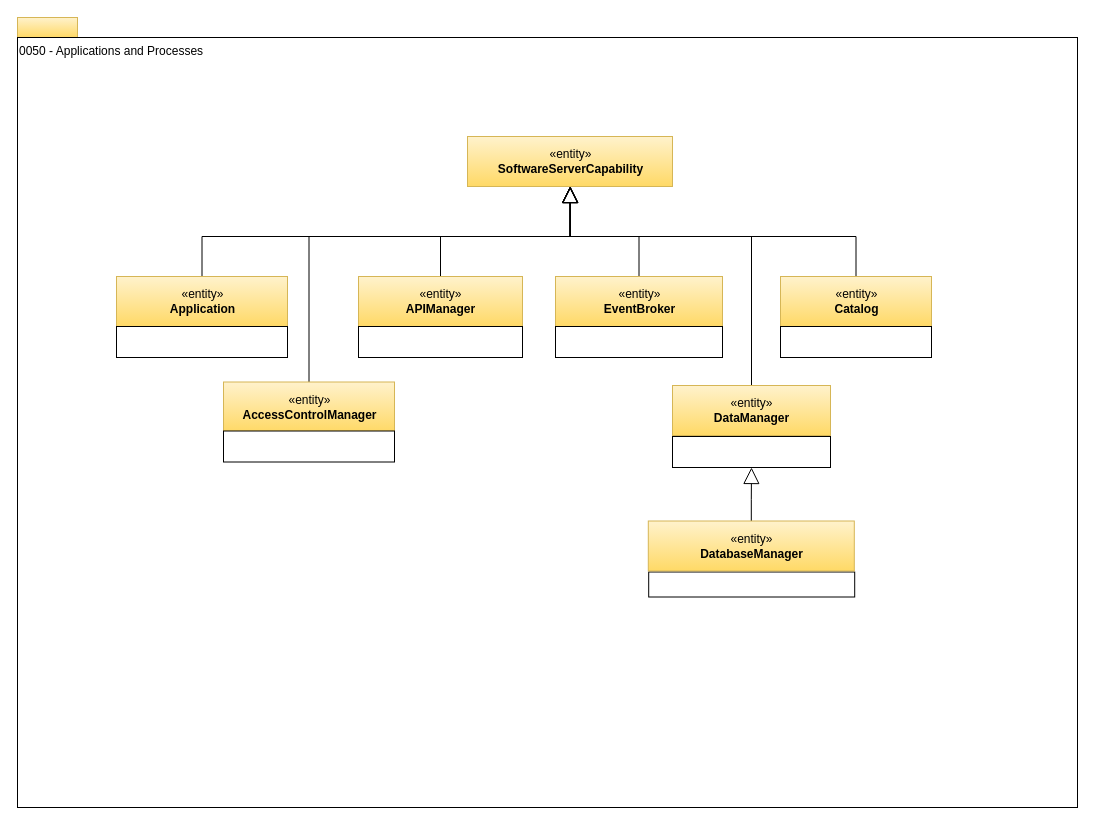
The draw.io diagram page "0050-Applications-and-Processes" (27 of 32) of site/docs/types/0/area-0-basic-types-and-infrastructure.drawio in odpi/egeria-docs, before the edit. Source tidied: cells renumbered, new cells numbered last; positions are measured from the earlier drawing's top-left corner, leaving out a move shared by most shapes. Both pictures are drawn from the tidied source at 100%, with x=0, y=0 at pixel (17, 17).
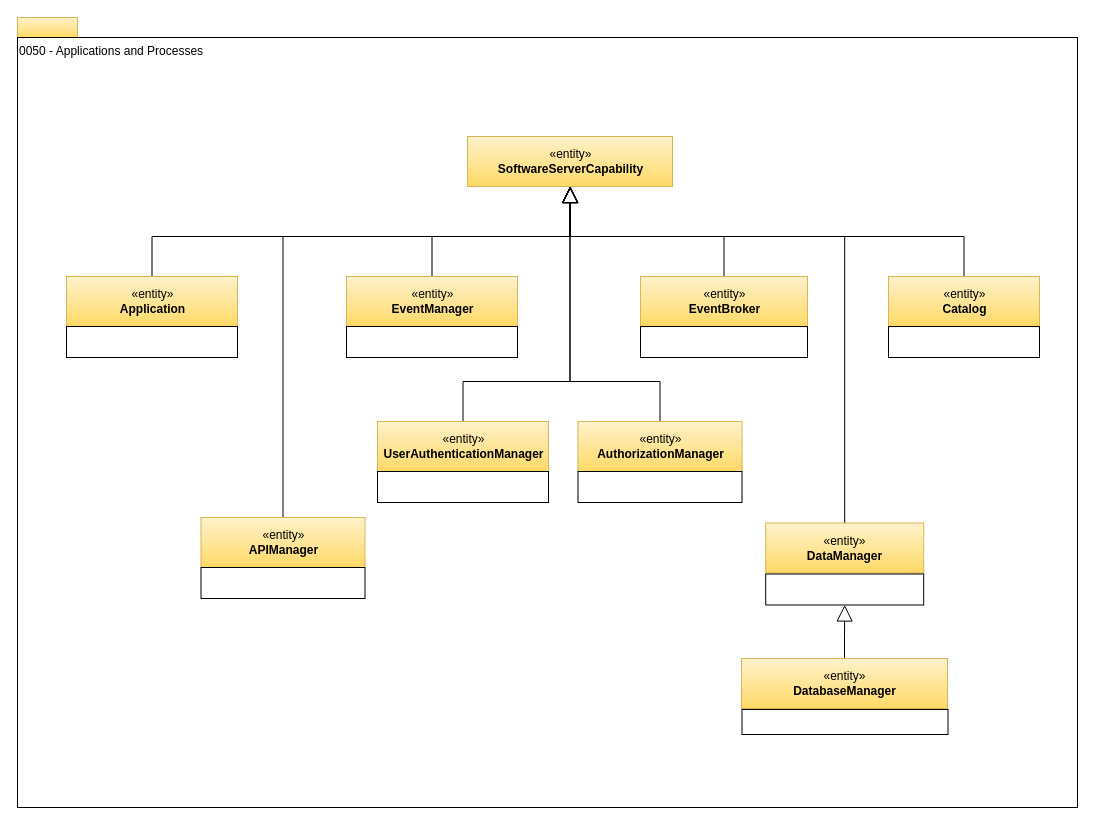
Above is the later version.

Unchanged cells that the change refers to:
```xml
<mxCell id="6" value="«entity»&lt;br&gt;&lt;b&gt;SoftwareServerCapability&lt;/b&gt;" style="html=1;strokeColor=#d6b656;align=center;fillColor=#fff2cc;gradientColor=#ffd966;" parent="1" vertex="1">
  <mxGeometry x="450" y="119" width="205" height="50" as="geometry" />
</mxCell>
```

Diff of the diagram source:
```diff
@@
     <mxCell id="5" value="«entity»&lt;br&gt;&lt;b&gt;Application&lt;/b&gt;" style="html=1;strokeColor=#d6b656;align=center;fillColor=#fff2cc;gradientColor=#ffd966;" parent="1" vertex="1">
-      <mxGeometry x="99" y="259" width="171" height="50" as="geometry" />
+      <mxGeometry x="49" y="259" width="171" height="50" as="geometry" />
     </mxCell>
@@
     <mxCell id="7" style="edgeStyle=orthogonalEdgeStyle;rounded=0;jettySize=auto;html=1;exitX=0.5;exitY=0;exitDx=0;exitDy=0;entryX=0.5;entryY=1;entryDx=0;entryDy=0;endArrow=block;endFill=0;endSize=14;" parent="1" edge="1" source="8" target="6">
-      <mxGeometry relative="1" as="geometry" />
+      <mxGeometry relative="1" as="geometry">
+        <Array as="points">
+          <mxPoint x="643" y="364" />
+          <mxPoint x="553" y="364" />
+        </Array>
+      </mxGeometry>
     </mxCell>
-    <mxCell id="8" value="«entity»&lt;br&gt;&lt;b&gt;APIManager&lt;/b&gt;" style="html=1;strokeColor=#d6b656;align=center;fillColor=#fff2cc;gradientColor=#ffd966;" parent="1" vertex="1">
-      <mxGeometry x="341" y="259" width="164" height="50" as="geometry" />
+    <mxCell id="8" value="«entity»&lt;br&gt;&lt;b&gt;AuthorizationManager&lt;/b&gt;" style="html=1;strokeColor=#d6b656;align=center;fillColor=#fff2cc;gradientColor=#ffd966;" parent="1" vertex="1">
+      <mxGeometry x="560.5" y="404" width="164" height="50" as="geometry" />
     </mxCell>
     <mxCell id="9" style="rounded=0;whiteSpace=wrap;html=1;strokeColor=#000000;gradientColor=#ffffff;align=center;" parent="1" vertex="1">
-      <mxGeometry x="341" y="309" width="164" height="31" as="geometry" />
+      <mxGeometry x="560.5" y="454" width="164" height="31" as="geometry" />
     </mxCell>
@@
     <mxCell id="11" value="«entity»&lt;br&gt;&lt;b&gt;EventBroker&lt;/b&gt;" style="html=1;strokeColor=#d6b656;align=center;fillColor=#fff2cc;gradientColor=#ffd966;" parent="1" vertex="1">
-      <mxGeometry x="538" y="259" width="167" height="50" as="geometry" />
+      <mxGeometry x="623" y="259" width="167" height="50" as="geometry" />
     </mxCell>
     <mxCell id="12" style="rounded=0;whiteSpace=wrap;html=1;strokeColor=#000000;gradientColor=#ffffff;align=center;" parent="1" vertex="1">
-      <mxGeometry x="538" y="309" width="167" height="31" as="geometry" />
+      <mxGeometry x="623" y="309" width="167" height="31" as="geometry" />
     </mxCell>
     <mxCell id="13" style="edgeStyle=orthogonalEdgeStyle;rounded=0;jettySize=auto;html=1;exitX=0.5;exitY=0;exitDx=0;exitDy=0;endArrow=block;endFill=0;endSize=14;" parent="1" edge="1" source="14" target="6">
       <mxGeometry relative="1" as="geometry">
         <Array as="points">
-          <mxPoint x="734" y="219" />
+          <mxPoint x="827" y="219" />
           <mxPoint x="553" y="219" />
         </Array>
       </mxGeometry>
     </mxCell>
     <mxCell id="14" value="«entity»&lt;br&gt;&lt;b&gt;DataManager&lt;/b&gt;" style="html=1;strokeColor=#d6b656;align=center;fillColor=#fff2cc;gradientColor=#ffd966;" parent="1" vertex="1">
-      <mxGeometry x="655" y="368" width="158" height="50" as="geometry" />
+      <mxGeometry x="748.2" y="505.5" width="158" height="50" as="geometry" />
     </mxCell>
     <mxCell id="15" style="rounded=0;whiteSpace=wrap;html=1;strokeColor=#000000;gradientColor=#ffffff;align=center;" parent="1" vertex="1">
-      <mxGeometry x="655" y="419" width="158" height="31" as="geometry" />
+      <mxGeometry x="748.2" y="556.5" width="158" height="31" as="geometry" />
     </mxCell>
@@
     <mxCell id="17" value="«entity»&lt;br&gt;&lt;b&gt;Catalog&lt;/b&gt;" style="html=1;strokeColor=#d6b656;align=center;fillColor=#fff2cc;gradientColor=#ffd966;" parent="1" vertex="1">
-      <mxGeometry x="763" y="259" width="151" height="50" as="geometry" />
+      <mxGeometry x="871" y="259" width="151" height="50" as="geometry" />
     </mxCell>
     <mxCell id="18" style="rounded=0;whiteSpace=wrap;html=1;strokeColor=#000000;gradientColor=#ffffff;align=center;" parent="1" vertex="1">
-      <mxGeometry x="763" y="309" width="151" height="31" as="geometry" />
+      <mxGeometry x="871" y="309" width="151" height="31" as="geometry" />
     </mxCell>
     <mxCell id="19" style="edgeStyle=orthogonalEdgeStyle;rounded=0;jettySize=auto;html=1;exitX=0.5;exitY=0;exitDx=0;exitDy=0;endArrow=block;endFill=0;endSize=14;" parent="1" edge="1" source="20" target="6">
       <mxGeometry relative="1" as="geometry">
         <Array as="points">
-          <mxPoint x="292" y="219" />
+          <mxPoint x="415" y="219" />
           <mxPoint x="553" y="219" />
         </Array>
       </mxGeometry>
     </mxCell>
-    <mxCell id="20" value="«entity»&lt;br&gt;&lt;b&gt;AccessControlManager&lt;/b&gt;" style="html=1;strokeColor=#d6b656;align=center;fillColor=#fff2cc;gradientColor=#ffd966;" parent="1" vertex="1">
-      <mxGeometry x="206" y="364.5" width="171" height="50" as="geometry" />
+    <mxCell id="20" value="«entity»&lt;br&gt;&lt;b&gt;EventManager&lt;/b&gt;" style="html=1;strokeColor=#d6b656;align=center;fillColor=#fff2cc;gradientColor=#ffd966;" parent="1" vertex="1">
+      <mxGeometry x="329" y="259" width="171" height="50" as="geometry" />
     </mxCell>
     <mxCell id="21" style="rounded=0;whiteSpace=wrap;html=1;strokeColor=#000000;gradientColor=#ffffff;align=left;" parent="1" vertex="1">
-      <mxGeometry x="631.2" y="554.5" width="206" height="25" as="geometry" />
+      <mxGeometry x="724.5" y="692" width="206" height="25" as="geometry" />
     </mxCell>
@@
     <mxCell id="23" value="«entity»&lt;br&gt;&lt;b&gt;DatabaseManager&lt;/b&gt;" style="html=1;strokeColor=#d6b656;align=center;fillColor=#fff2cc;gradientColor=#ffd966;" parent="1" vertex="1">
-      <mxGeometry x="630.8" y="503.5" width="206" height="50" as="geometry" />
+      <mxGeometry x="724" y="641" width="206" height="50" as="geometry" />
     </mxCell>
     <mxCell id="24" style="rounded=0;whiteSpace=wrap;html=1;strokeColor=#000000;gradientColor=#ffffff;align=center;" parent="1" vertex="1">
-      <mxGeometry x="99" y="309" width="171" height="31" as="geometry" />
+      <mxGeometry x="49" y="309" width="171" height="31" as="geometry" />
     </mxCell>
     <mxCell id="25" style="rounded=0;whiteSpace=wrap;html=1;strokeColor=#000000;gradientColor=#ffffff;align=center;" parent="1" vertex="1">
-      <mxGeometry x="206" y="413.5" width="171" height="31" as="geometry" />
+      <mxGeometry x="329" y="309" width="171" height="31" as="geometry" />
     </mxCell>
+    <mxCell id="26" style="edgeStyle=orthogonalEdgeStyle;rounded=0;jettySize=auto;html=1;exitX=0.5;exitY=0;exitDx=0;exitDy=0;entryX=0.5;entryY=1;entryDx=0;entryDy=0;endArrow=block;endFill=0;endSize=14;" parent="1" edge="1" source="27" target="6">
+      <mxGeometry relative="1" as="geometry">
+        <Array as="points">
+          <mxPoint x="266" y="219" />
+          <mxPoint x="553" y="219" />
+        </Array>
+      </mxGeometry>
+    </mxCell>
+    <mxCell id="27" value="«entity»&lt;br&gt;&lt;b&gt;APIManager&lt;/b&gt;" style="html=1;strokeColor=#d6b656;align=center;fillColor=#fff2cc;gradientColor=#ffd966;" parent="1" vertex="1">
+      <mxGeometry x="183.5" y="500" width="164" height="50" as="geometry" />
+    </mxCell>
+    <mxCell id="28" style="rounded=0;whiteSpace=wrap;html=1;strokeColor=#000000;gradientColor=#ffffff;align=center;" parent="1" vertex="1">
+      <mxGeometry x="183.5" y="550" width="164" height="31" as="geometry" />
+    </mxCell>
+    <mxCell id="29" style="edgeStyle=orthogonalEdgeStyle;rounded=0;jettySize=auto;html=1;exitX=0.5;exitY=0;exitDx=0;exitDy=0;endArrow=block;endFill=0;endSize=14;entryX=0.5;entryY=1;entryDx=0;entryDy=0;" parent="1" edge="1" source="30" target="6">
+      <mxGeometry relative="1" as="geometry">
+        <Array as="points">
+          <mxPoint x="446" y="364" />
+          <mxPoint x="553" y="364" />
+        </Array>
+      </mxGeometry>
+    </mxCell>
+    <mxCell id="30" value="«entity»&lt;br&gt;&lt;b&gt;UserAuthenticationManager&lt;/b&gt;" style="html=1;strokeColor=#d6b656;align=center;fillColor=#fff2cc;gradientColor=#ffd966;" parent="1" vertex="1">
+      <mxGeometry x="360" y="404" width="171" height="50" as="geometry" />
+    </mxCell>
+    <mxCell id="31" style="rounded=0;whiteSpace=wrap;html=1;strokeColor=#000000;gradientColor=#ffffff;align=center;" parent="1" vertex="1">
+      <mxGeometry x="360" y="454" width="171" height="31" as="geometry" />
+    </mxCell>
```
